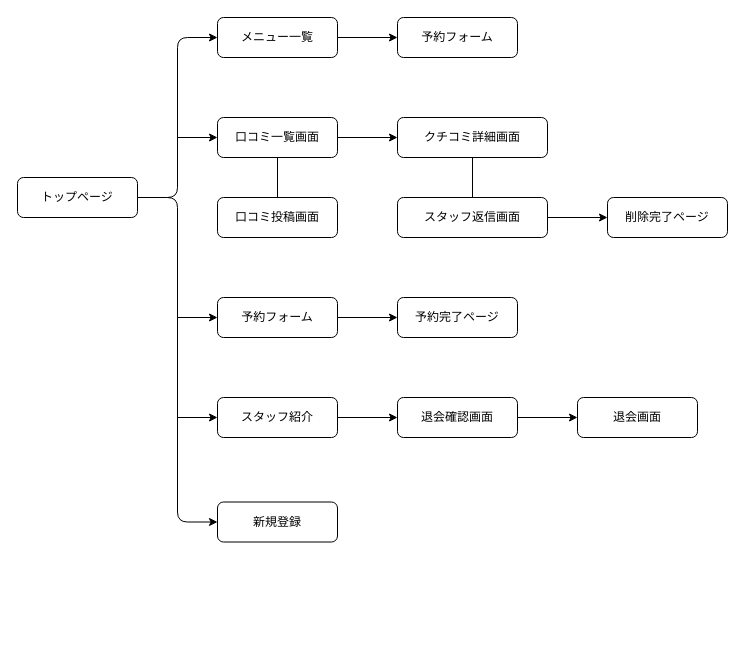
Before: page.dio in hirona96/izakaya-kakusuke, a draw.io diagram. Source tidied: cells renumbered, new cells numbered last; positions are measured from the earlier drawing's top-left corner, leaving out a move shared by most shapes. Both pictures are drawn from the tidied source at 100%, with x=0, y=0 at pixel (17, 17).
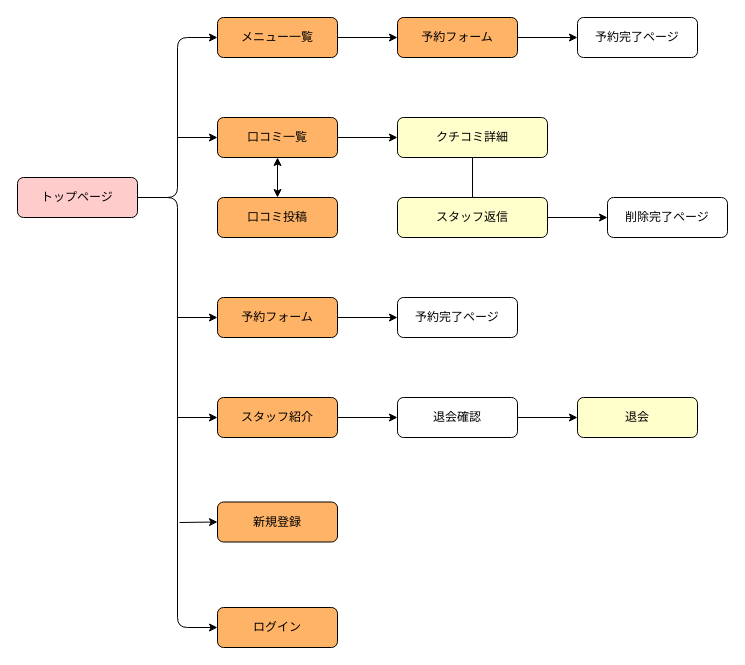
After the change.

Change to the diagram source:
```diff
@@
-<mxGraphModel>
+<mxGraphModel background="#ffffff">
@@
-    <mxCell id="2" style="edgeStyle=orthogonalEdgeStyle;html=1;entryX=0;entryY=0.5;entryDx=0;entryDy=0;" parent="1" edge="1" source="3" target="13">
+    <mxCell id="2" style="edgeStyle=orthogonalEdgeStyle;html=1;entryX=0;entryY=0.5;entryDx=0;entryDy=0;strokeColor=#000000;" parent="1" edge="1" source="3" target="13">
       <mxGeometry relative="1" as="geometry" />
     </mxCell>
-    <mxCell id="3" value="トップページ" style="rounded=1;whiteSpace=wrap;html=1;" parent="1" vertex="1">
+    <mxCell id="3" value="&lt;font color=&quot;#000000&quot;&gt;トップページ&lt;/font&gt;" style="rounded=1;whiteSpace=wrap;html=1;fillColor=#FFCCCC;strokeColor=#000000;" parent="1" vertex="1">
       <mxGeometry y="160" width="120" height="40" as="geometry" />
     </mxCell>
-    <mxCell id="4" value="予約完了ページ" style="rounded=1;whiteSpace=wrap;html=1;" parent="1" vertex="1">
+    <mxCell id="4" value="&lt;font color=&quot;#000000&quot;&gt;予約完了ページ&lt;/font&gt;" style="rounded=1;whiteSpace=wrap;html=1;fillColor=#FFFFFF;strokeColor=#000000;" parent="1" vertex="1">
       <mxGeometry x="380" y="280" width="120" height="40" as="geometry" />
     </mxCell>
-    <mxCell id="5" style="edgeStyle=orthogonalEdgeStyle;html=1;endArrow=none;endFill=0;" parent="1" edge="1" source="6" target="26">
+    <mxCell id="5" style="edgeStyle=orthogonalEdgeStyle;html=1;endArrow=none;endFill=0;strokeColor=#000000;" parent="1" edge="1" source="6" target="26">
       <mxGeometry relative="1" as="geometry" />
     </mxCell>
-    <mxCell id="6" value="クチコミ詳細画面" style="rounded=1;whiteSpace=wrap;html=1;" parent="1" vertex="1">
+    <mxCell id="6" value="&lt;font color=&quot;#000000&quot;&gt;クチコミ詳細&lt;/font&gt;" style="rounded=1;whiteSpace=wrap;html=1;strokeColor=#000000;fillColor=#FFFFCC;" parent="1" vertex="1">
       <mxGeometry x="380" y="100" width="150" height="40" as="geometry" />
     </mxCell>
-    <mxCell id="7" style="edgeStyle=orthogonalEdgeStyle;html=1;exitX=1;exitY=0.5;exitDx=0;exitDy=0;" parent="1" edge="1" source="8" target="4">
+    <mxCell id="7" style="edgeStyle=orthogonalEdgeStyle;html=1;exitX=1;exitY=0.5;exitDx=0;exitDy=0;strokeColor=#000000;" parent="1" edge="1" source="8" target="4">
       <mxGeometry relative="1" as="geometry" />
     </mxCell>
-    <mxCell id="8" value="予約フォーム" style="rounded=1;whiteSpace=wrap;html=1;" parent="1" vertex="1">
+    <mxCell id="8" value="&lt;font color=&quot;#000000&quot;&gt;予約フォーム&lt;/font&gt;" style="rounded=1;whiteSpace=wrap;html=1;fillColor=#FFB366;strokeColor=#000000;" parent="1" vertex="1">
       <mxGeometry x="200" y="280" width="120" height="40" as="geometry" />
     </mxCell>
-    <mxCell id="9" style="edgeStyle=orthogonalEdgeStyle;html=1;endArrow=none;endFill=0;" parent="1" edge="1" source="11" target="24">
+    <mxCell id="9" style="edgeStyle=orthogonalEdgeStyle;html=1;endArrow=classic;endFill=1;strokeColor=#000000;startArrow=classic;startFill=1;" parent="1" edge="1" source="11" target="24">
       <mxGeometry relative="1" as="geometry" />
     </mxCell>
-    <mxCell id="10" style="edgeStyle=orthogonalEdgeStyle;html=1;endArrow=classic;endFill=1;" parent="1" edge="1" source="11" target="6">
+    <mxCell id="10" style="edgeStyle=orthogonalEdgeStyle;html=1;endArrow=classic;endFill=1;strokeColor=#000000;" parent="1" edge="1" source="11" target="6">
       <mxGeometry relative="1" as="geometry" />
     </mxCell>
-    <mxCell id="11" value="口コミ一覧画面" style="rounded=1;whiteSpace=wrap;html=1;" parent="1" vertex="1">
+    <mxCell id="11" value="&lt;font color=&quot;#000000&quot;&gt;口コミ一覧&lt;/font&gt;" style="rounded=1;whiteSpace=wrap;html=1;fillColor=#FFB366;strokeColor=#000000;" parent="1" vertex="1">
       <mxGeometry x="200" y="100" width="120" height="40" as="geometry" />
     </mxCell>
-    <mxCell id="12" style="edgeStyle=orthogonalEdgeStyle;html=1;exitX=1;exitY=0.5;exitDx=0;exitDy=0;entryX=0;entryY=0.5;entryDx=0;entryDy=0;" parent="1" edge="1" source="13" target="15">
+    <mxCell id="12" style="edgeStyle=orthogonalEdgeStyle;html=1;exitX=1;exitY=0.5;exitDx=0;exitDy=0;entryX=0;entryY=0.5;entryDx=0;entryDy=0;strokeColor=#000000;" parent="1" edge="1" source="13" target="15">
       <mxGeometry relative="1" as="geometry" />
     </mxCell>
-    <mxCell id="13" value="メニュー一覧" style="rounded=1;whiteSpace=wrap;html=1;" parent="1" vertex="1">
+    <mxCell id="13" value="メニュー一覧" style="rounded=1;whiteSpace=wrap;html=1;fillColor=#FFB366;fontColor=#000000;strokeColor=#000000;" parent="1" vertex="1">
       <mxGeometry x="200" width="120" height="40" as="geometry" />
     </mxCell>
-    <mxCell id="14" value="削除完了ページ" style="rounded=1;whiteSpace=wrap;html=1;" parent="1" vertex="1">
+    <mxCell id="14" value="&lt;font color=&quot;#000000&quot;&gt;削除完了ページ&lt;/font&gt;" style="rounded=1;whiteSpace=wrap;html=1;strokeColor=#000000;fillColor=#FFFFFF;" parent="1" vertex="1">
       <mxGeometry x="590" y="180" width="120" height="40" as="geometry" />
     </mxCell>
+    <mxCell id="29" style="edgeStyle=none;html=1;fontColor=#000000;startArrow=none;startFill=0;endArrow=classic;endFill=1;strokeColor=#000000;" parent="1" edge="1" source="15" target="30">
+      <mxGeometry relative="1" as="geometry" />
+    </mxCell>
-    <mxCell id="15" value="予約フォーム" style="rounded=1;whiteSpace=wrap;html=1;" parent="1" vertex="1">
+    <mxCell id="15" value="&lt;font color=&quot;#000000&quot;&gt;予約フォーム&lt;/font&gt;" style="rounded=1;whiteSpace=wrap;html=1;strokeColor=#000000;fillColor=#FFB366;" parent="1" vertex="1">
       <mxGeometry x="380" width="120" height="40" as="geometry" />
     </mxCell>
-    <mxCell id="16" style="edgeStyle=orthogonalEdgeStyle;html=1;exitX=1;exitY=0.5;exitDx=0;exitDy=0;" parent="1" edge="1" source="17" target="21">
+    <mxCell id="16" style="edgeStyle=orthogonalEdgeStyle;html=1;exitX=1;exitY=0.5;exitDx=0;exitDy=0;strokeColor=#000000;" parent="1" edge="1" source="17" target="21">
       <mxGeometry relative="1" as="geometry" />
     </mxCell>
-    <mxCell id="17" value="スタッフ紹介" style="rounded=1;whiteSpace=wrap;html=1;" parent="1" vertex="1">
+    <mxCell id="17" value="&lt;font color=&quot;#000000&quot;&gt;スタッフ紹介&lt;/font&gt;" style="rounded=1;whiteSpace=wrap;html=1;fillColor=#FFB366;strokeColor=#000000;" parent="1" vertex="1">
       <mxGeometry x="200" y="380" width="120" height="40" as="geometry" />
     </mxCell>
-    <mxCell id="18" value="新規登録" style="rounded=1;whiteSpace=wrap;html=1;" parent="1" vertex="1">
+    <mxCell id="18" value="&lt;font color=&quot;#000000&quot;&gt;新規登録&lt;/font&gt;" style="rounded=1;whiteSpace=wrap;html=1;fillColor=#FFB366;strokeColor=#000000;" parent="1" vertex="1">
       <mxGeometry x="200" y="484.5" width="120" height="40" as="geometry" />
     </mxCell>
-    <mxCell id="19" value="退会画面" style="rounded=1;whiteSpace=wrap;html=1;" parent="1" vertex="1">
+    <mxCell id="19" value="&lt;font color=&quot;#000000&quot;&gt;退会&lt;/font&gt;" style="rounded=1;whiteSpace=wrap;html=1;fillColor=#FFFFCC;strokeColor=#000000;" parent="1" vertex="1">
       <mxGeometry x="560" y="380" width="120" height="40" as="geometry" />
     </mxCell>
-    <mxCell id="20" style="edgeStyle=orthogonalEdgeStyle;html=1;" parent="1" edge="1" source="21" target="19">
+    <mxCell id="20" style="edgeStyle=orthogonalEdgeStyle;html=1;strokeColor=#000000;" parent="1" edge="1" source="21" target="19">
       <mxGeometry relative="1" as="geometry" />
     </mxCell>
-    <mxCell id="21" value="退会確認画面" style="rounded=1;whiteSpace=wrap;html=1;" parent="1" vertex="1">
+    <mxCell id="21" value="退会確認" style="rounded=1;whiteSpace=wrap;html=1;strokeColor=#000000;fillColor=#FFFFFF;fontColor=#000000;" parent="1" vertex="1">
       <mxGeometry x="380" y="380" width="120" height="40" as="geometry" />
     </mxCell>
-    <mxCell id="22" style="endArrow=classic;html=1;" parent="1" edge="1" target="11">
+    <mxCell id="22" style="endArrow=classic;html=1;strokeColor=#000000;" parent="1" edge="1" target="11">
       <mxGeometry relative="1" as="geometry">
         <mxPoint x="160" y="120" as="sourcePoint" />
       </mxGeometry>
     </mxCell>
-    <mxCell id="23" style="endArrow=classic;html=1;entryX=0;entryY=0.5;entryDx=0;entryDy=0;" parent="1" edge="1" target="8">
+    <mxCell id="23" style="endArrow=classic;html=1;entryX=0;entryY=0.5;entryDx=0;entryDy=0;strokeColor=#000000;" parent="1" edge="1" target="8">
       <mxGeometry relative="1" as="geometry">
         <mxPoint x="160" y="300" as="sourcePoint" />
       </mxGeometry>
     </mxCell>
-    <mxCell id="24" value="口コミ投稿画面" style="rounded=1;whiteSpace=wrap;html=1;" parent="1" vertex="1">
+    <mxCell id="24" value="&lt;font color=&quot;#000000&quot;&gt;口コミ投稿&lt;br&gt;&lt;/font&gt;" style="rounded=1;whiteSpace=wrap;html=1;fillColor=#FFB366;strokeColor=#000000;" parent="1" vertex="1">
       <mxGeometry x="200" y="180" width="120" height="40" as="geometry" />
     </mxCell>
-    <mxCell id="25" style="edgeStyle=orthogonalEdgeStyle;html=1;endArrow=classic;endFill=1;" parent="1" edge="1" source="26" target="14">
+    <mxCell id="25" style="edgeStyle=orthogonalEdgeStyle;html=1;endArrow=classic;endFill=1;strokeColor=#000000;" parent="1" edge="1" source="26" target="14">
       <mxGeometry relative="1" as="geometry" />
     </mxCell>
-    <mxCell id="26" value="スタッフ返信画面" style="rounded=1;whiteSpace=wrap;html=1;" parent="1" vertex="1">
+    <mxCell id="26" value="&lt;font color=&quot;#000000&quot;&gt;スタッフ返信&lt;/font&gt;" style="rounded=1;whiteSpace=wrap;html=1;strokeColor=#000000;fillColor=#FFFFCC;" parent="1" vertex="1">
       <mxGeometry x="380" y="180" width="150" height="40" as="geometry" />
     </mxCell>
-    <mxCell id="27" style="edgeStyle=elbowEdgeStyle;elbow=horizontal;endArrow=classic;html=1;entryX=0;entryY=0.5;entryDx=0;entryDy=0;" parent="1" edge="1" target="18">
+    <mxCell id="27" style="edgeStyle=elbowEdgeStyle;elbow=horizontal;endArrow=classic;html=1;entryX=0;entryY=0.5;entryDx=0;entryDy=0;strokeColor=#000000;" parent="1" edge="1" target="31">
       <mxGeometry relative="1" as="geometry">
         <mxPoint x="120" y="180" as="sourcePoint" />
         <Array as="points">
           <mxPoint x="160" y="550" />
         </Array>
       </mxGeometry>
     </mxCell>
-    <mxCell id="28" style="endArrow=classic;html=1;entryX=0;entryY=0.5;entryDx=0;entryDy=0;" parent="1" edge="1" target="17">
+    <mxCell id="28" style="endArrow=classic;html=1;entryX=0;entryY=0.5;entryDx=0;entryDy=0;strokeColor=#000000;" parent="1" edge="1" target="17">
       <mxGeometry relative="1" as="geometry">
         <mxPoint x="160" y="400" as="sourcePoint" />
       </mxGeometry>
     </mxCell>
+    <mxCell id="30" value="&lt;font color=&quot;#000000&quot;&gt;予約完了ページ&lt;/font&gt;" style="rounded=1;whiteSpace=wrap;html=1;fillColor=#FFFFFF;strokeColor=#000000;" parent="1" vertex="1">
+      <mxGeometry x="560" width="120" height="40" as="geometry" />
+    </mxCell>
+    <mxCell id="31" value="&lt;font color=&quot;#000000&quot;&gt;ログイン&lt;/font&gt;" style="rounded=1;whiteSpace=wrap;html=1;fillColor=#FFB366;strokeColor=#000000;" parent="1" vertex="1">
+      <mxGeometry x="200" y="590" width="120" height="40" as="geometry" />
+    </mxCell>
+    <mxCell id="32" style="endArrow=classic;html=1;fontColor=#000000;strokeColor=#000000;entryX=0;entryY=0.5;entryDx=0;entryDy=0;" parent="1" edge="1" target="18">
+      <mxGeometry relative="1" as="geometry">
+        <mxPoint x="162" y="505" as="sourcePoint" />
+      </mxGeometry>
+    </mxCell>
```
